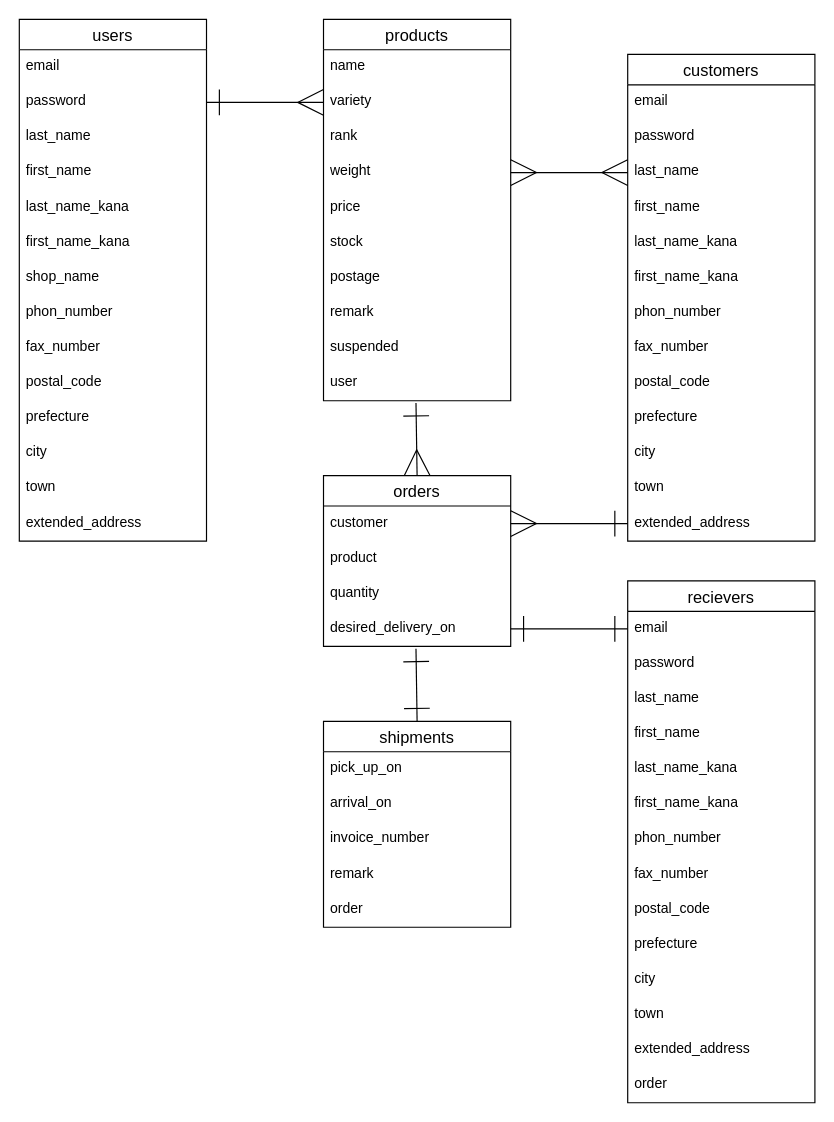
This is ERD.dio from satoru0725/pearsales2_app, a draw.io file, before an edit. Source tidied: cells renumbered, new cells numbered last; positions are measured from the earlier drawing's top-left corner, leaving out a move shared by most shapes. Both pictures are drawn from the tidied source at 117%, with x=0, y=0 at pixel (19, 19).
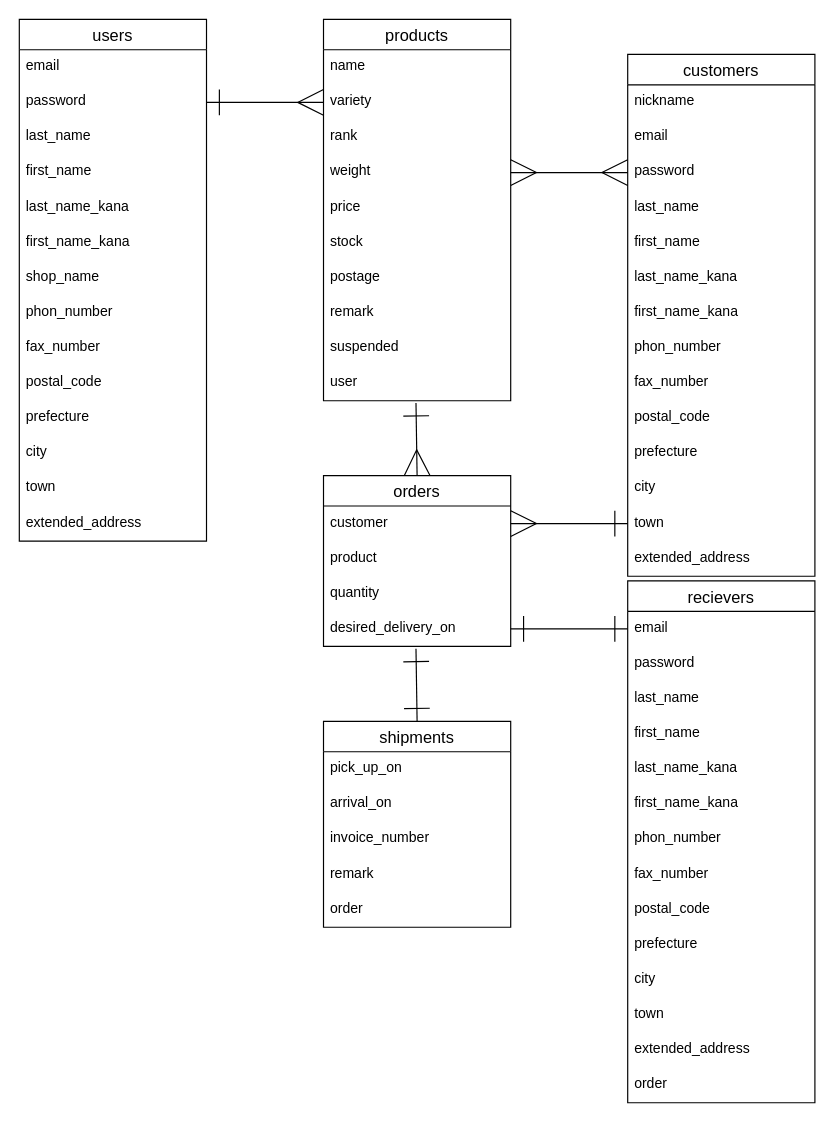
After the change.

The change refers to these unchanged cells:
```xml
<mxCell id="35" value="weight" style="text;strokeColor=none;fillColor=none;spacingLeft=4;spacingRight=4;overflow=hidden;points=[[0,0.5],[1,0.5]];portConstraint=eastwest;fontSize=12;" parent="31" vertex="1">
  <mxGeometry y="116" width="160" height="30" as="geometry" />
</mxCell>
<mxCell id="44" value="customer" style="text;strokeColor=none;fillColor=none;spacingLeft=4;spacingRight=4;overflow=hidden;points=[[0,0.5],[1,0.5]];portConstraint=eastwest;fontSize=12;" parent="43" vertex="1">
  <mxGeometry y="26" width="160" height="30" as="geometry" />
</mxCell>
```

The edit, as a diff of the source:
```diff
@@
     <mxCell id="17" value="customers" style="swimlane;fontStyle=0;horizontal=1;startSize=26;align=center;fontSize=14;" parent="1" vertex="1">
-      <mxGeometry x="520" y="30" width="160" height="416" as="geometry" />
+      <mxGeometry x="520" y="30" width="160" height="446" as="geometry" />
     </mxCell>
+    <mxCell id="74" value="nickname" style="text;strokeColor=none;fillColor=none;spacingLeft=4;spacingRight=4;overflow=hidden;fontSize=12;" parent="17" vertex="1">
+      <mxGeometry y="26" width="160" height="30" as="geometry" />
+    </mxCell>
     <mxCell id="18" value="email" style="text;strokeColor=none;fillColor=none;spacingLeft=4;spacingRight=4;overflow=hidden;fontSize=12;" parent="17" vertex="1">
-      <mxGeometry y="26" width="160" height="30" as="geometry" />
+      <mxGeometry y="56" width="160" height="30" as="geometry" />
     </mxCell>
     <mxCell id="19" value="password" style="text;strokeColor=none;fillColor=none;spacingLeft=4;spacingRight=4;overflow=hidden;points=[[0,0.5],[1,0.5]];portConstraint=eastwest;fontSize=12;" parent="17" vertex="1">
-      <mxGeometry y="56" width="160" height="30" as="geometry" />
+      <mxGeometry y="86" width="160" height="30" as="geometry" />
     </mxCell>
     <mxCell id="20" value="last_name" style="text;strokeColor=none;fillColor=none;spacingLeft=4;spacingRight=4;overflow=hidden;points=[[0,0.5],[1,0.5]];portConstraint=eastwest;fontSize=12;" parent="17" vertex="1">
-      <mxGeometry y="86" width="160" height="30" as="geometry" />
+      <mxGeometry y="116" width="160" height="30" as="geometry" />
     </mxCell>
     <mxCell id="21" value="first_name" style="text;strokeColor=none;fillColor=none;spacingLeft=4;spacingRight=4;overflow=hidden;fontSize=12;" parent="17" vertex="1">
-      <mxGeometry y="116" width="160" height="30" as="geometry" />
+      <mxGeometry y="146" width="160" height="30" as="geometry" />
     </mxCell>
     <mxCell id="22" value="last_name_kana" style="text;strokeColor=none;fillColor=none;spacingLeft=4;spacingRight=4;overflow=hidden;fontSize=12;" parent="17" vertex="1">
-      <mxGeometry y="146" width="160" height="30" as="geometry" />
+      <mxGeometry y="176" width="160" height="30" as="geometry" />
     </mxCell>
     <mxCell id="23" value="first_name_kana" style="text;strokeColor=none;fillColor=none;spacingLeft=4;spacingRight=4;overflow=hidden;fontSize=12;" parent="17" vertex="1">
-      <mxGeometry y="176" width="160" height="30" as="geometry" />
+      <mxGeometry y="206" width="160" height="30" as="geometry" />
     </mxCell>
     <mxCell id="24" value="phon_number" style="text;strokeColor=none;fillColor=none;spacingLeft=4;spacingRight=4;overflow=hidden;fontSize=12;" parent="17" vertex="1">
-      <mxGeometry y="206" width="160" height="30" as="geometry" />
+      <mxGeometry y="236" width="160" height="30" as="geometry" />
     </mxCell>
     <mxCell id="25" value="fax_number" style="text;strokeColor=none;fillColor=none;spacingLeft=4;spacingRight=4;overflow=hidden;fontSize=12;" parent="17" vertex="1">
-      <mxGeometry y="236" width="160" height="30" as="geometry" />
+      <mxGeometry y="266" width="160" height="30" as="geometry" />
     </mxCell>
     <mxCell id="26" value="postal_code" style="text;strokeColor=none;fillColor=none;spacingLeft=4;spacingRight=4;overflow=hidden;fontSize=12;" parent="17" vertex="1">
-      <mxGeometry y="266" width="160" height="30" as="geometry" />
+      <mxGeometry y="296" width="160" height="30" as="geometry" />
     </mxCell>
     <mxCell id="27" value="prefecture" style="text;strokeColor=none;fillColor=none;spacingLeft=4;spacingRight=4;overflow=hidden;fontSize=12;" parent="17" vertex="1">
-      <mxGeometry y="296" width="160" height="30" as="geometry" />
+      <mxGeometry y="326" width="160" height="30" as="geometry" />
     </mxCell>
     <mxCell id="28" value="city" style="text;strokeColor=none;fillColor=none;spacingLeft=4;spacingRight=4;overflow=hidden;fontSize=12;" parent="17" vertex="1">
-      <mxGeometry y="326" width="160" height="30" as="geometry" />
+      <mxGeometry y="356" width="160" height="30" as="geometry" />
     </mxCell>
     <mxCell id="29" value="town" style="text;strokeColor=none;fillColor=none;spacingLeft=4;spacingRight=4;overflow=hidden;points=[[0,0.5],[1,0.5]];portConstraint=eastwest;fontSize=12;" parent="17" vertex="1">
-      <mxGeometry y="356" width="160" height="30" as="geometry" />
+      <mxGeometry y="386" width="160" height="30" as="geometry" />
     </mxCell>
     <mxCell id="30" value="extended_address" style="text;strokeColor=none;fillColor=none;spacingLeft=4;spacingRight=4;overflow=hidden;points=[[0,0.5],[1,0.5]];portConstraint=eastwest;fontSize=12;" parent="17" vertex="1">
-      <mxGeometry y="386" width="160" height="30" as="geometry" />
+      <mxGeometry y="416" width="160" height="30" as="geometry" />
     </mxCell>
@@
-    <mxCell id="71" style="edgeStyle=none;html=1;exitX=1;exitY=0.5;exitDx=0;exitDy=0;entryX=0;entryY=0.5;entryDx=0;entryDy=0;startArrow=ERmany;startFill=0;endArrow=ERmany;endFill=0;startSize=20;endSize=20;strokeWidth=1;" parent="1" edge="1" source="35" target="20">
+    <mxCell id="71" style="edgeStyle=none;html=1;exitX=1;exitY=0.5;exitDx=0;exitDy=0;entryX=0;entryY=0.5;entryDx=0;entryDy=0;startArrow=ERmany;startFill=0;endArrow=ERmany;endFill=0;startSize=20;endSize=20;strokeWidth=1;" parent="1" edge="1" source="35" target="19">
       <mxGeometry relative="1" as="geometry" />
     </mxCell>
-    <mxCell id="72" style="edgeStyle=none;html=1;exitX=0;exitY=0.5;exitDx=0;exitDy=0;entryX=1;entryY=0.5;entryDx=0;entryDy=0;startArrow=ERone;startFill=0;endArrow=ERmany;endFill=0;startSize=20;endSize=20;strokeWidth=1;" parent="1" edge="1" source="30" target="44">
+    <mxCell id="72" style="edgeStyle=none;html=1;exitX=0;exitY=0.5;exitDx=0;exitDy=0;entryX=1;entryY=0.5;entryDx=0;entryDy=0;startArrow=ERone;startFill=0;endArrow=ERmany;endFill=0;startSize=20;endSize=20;strokeWidth=1;" parent="1" edge="1" source="29" target="44">
       <mxGeometry relative="1" as="geometry" />
     </mxCell>
```
